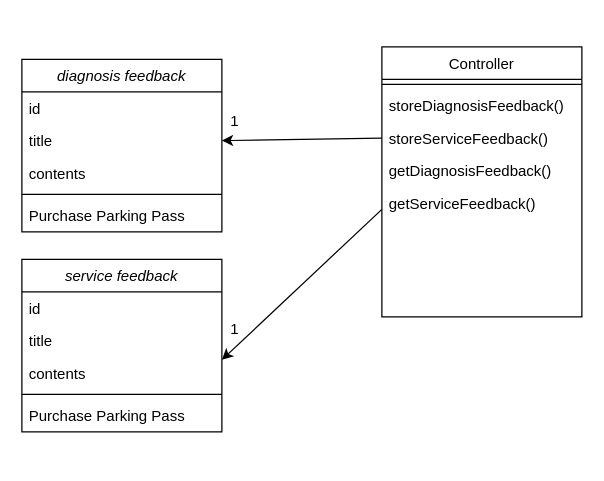
Before: patient/05.classdiagram/UC5diagram.drawio in yhb1834/Smart-Health-Prediction-System, a draw.io diagram. Source tidied: cells renumbered, new cells numbered last; positions are measured from the earlier drawing's top-left corner, leaving out a move shared by most shapes. Both pictures are drawn from the tidied source at 125%, with x=0, y=0 at pixel (21, 46).
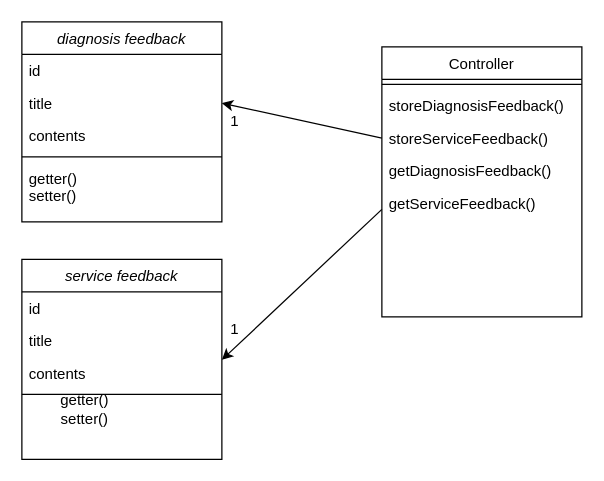
The same page after the edit.

Diff of the diagram source:
```diff
@@
     <mxCell id="2" value="diagnosis feedback" style="swimlane;fontStyle=2;align=center;verticalAlign=top;horizontal=1;startSize=26;rounded=0;shadow=0;strokeWidth=1;" parent="1" vertex="1">
-      <mxGeometry y="10" width="160" height="138" as="geometry" />
+      <mxGeometry y="-20" width="160" height="160" as="geometry" />
     </mxCell>
@@
-    <mxCell id="7" value="Purchase Parking Pass" style="text;align=left;verticalAlign=top;spacingLeft=4;spacingRight=4;overflow=hidden;" parent="2" vertex="1">
-      <mxGeometry y="112" width="160" height="26" as="geometry" />
+    <mxCell id="7" value="getter()&#10;setter()" style="text;align=left;verticalAlign=top;spacingLeft=4;spacingRight=4;overflow=hidden;" parent="2" vertex="1">
+      <mxGeometry y="112" width="160" height="38" as="geometry" />
     </mxCell>
@@
     <mxCell id="14" value="service feedback" style="swimlane;fontStyle=2;align=center;verticalAlign=top;horizontal=1;startSize=26;rounded=0;shadow=0;strokeWidth=1;" parent="1" vertex="1">
-      <mxGeometry y="170" width="160" height="138" as="geometry" />
+      <mxGeometry y="170" width="160" height="160" as="geometry" />
     </mxCell>
@@
-    <mxCell id="19" value="Purchase Parking Pass" style="text;align=left;verticalAlign=top;spacingLeft=4;spacingRight=4;overflow=hidden;" parent="14" vertex="1">
-      <mxGeometry y="112" width="160" height="26" as="geometry" />
-    </mxCell>
@@
+    <mxCell id="24" value="getter()&lt;br&gt;setter()" style="text;html=1;align=center;verticalAlign=middle;strokeColor=none;" parent="1" vertex="1">
+      <mxGeometry x="25" y="275" width="50" height="30" as="geometry" />
+    </mxCell>
```
